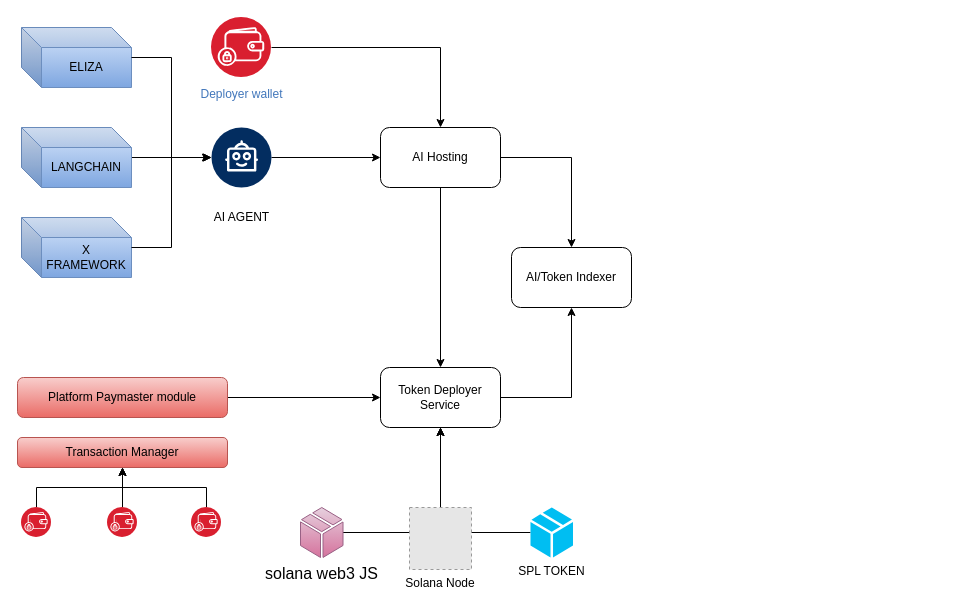
Before: UpStreet-flow-diagram.drawio in ali-05-ahmed/Concept-Diagrams, a draw.io diagram. Source tidied: cells renumbered, new cells numbered last; positions are measured from the earlier drawing's top-left corner, leaving out a move shared by most shapes. Both pictures are drawn from the tidied source at 100%, with x=0, y=0 at pixel (17, 17). Pictures stored in the file or linked from it are replaced by grey dashed boxes.
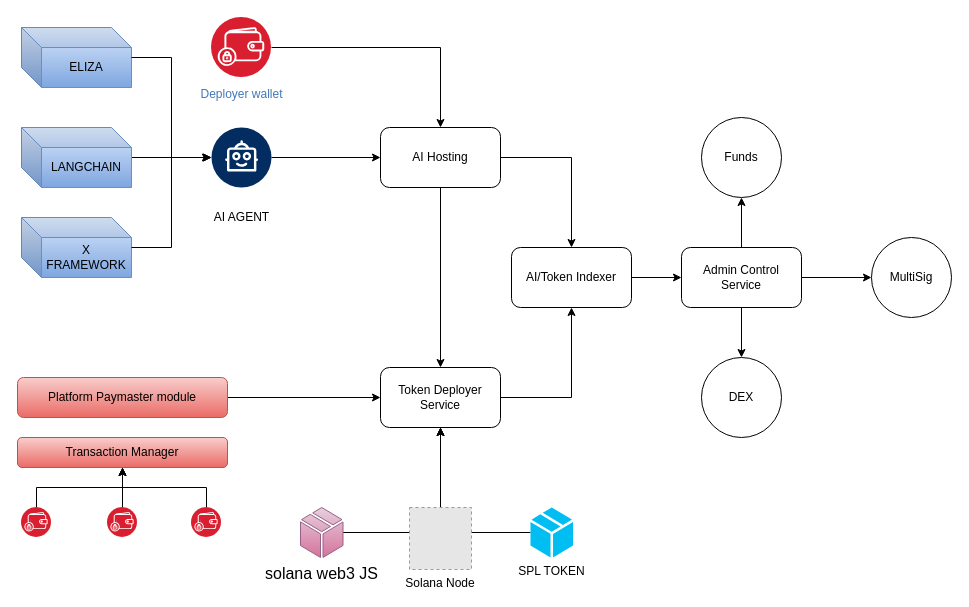
After the change.

The change refers to these unchanged cells:
```xml
<mxCell id="17" value="AI/Token Indexer" style="rounded=1;whiteSpace=wrap;html=1;" parent="1" vertex="1">
  <mxGeometry x="494" y="230" width="120" height="60" as="geometry" />
</mxCell>
```

Diff of the diagram source:
```diff
@@
+    <mxCell id="33" style="edgeStyle=orthogonalEdgeStyle;rounded=0;jettySize=auto;html=1;" parent="1" edge="1" source="17" target="37">
+      <mxGeometry relative="1" as="geometry" />
+    </mxCell>
@@
+    <mxCell id="34" style="edgeStyle=orthogonalEdgeStyle;rounded=0;jettySize=auto;html=1;" parent="1" edge="1" source="37" target="39">
+      <mxGeometry relative="1" as="geometry" />
+    </mxCell>
+    <mxCell id="35" style="edgeStyle=orthogonalEdgeStyle;rounded=0;jettySize=auto;html=1;" parent="1" edge="1" source="37" target="40">
+      <mxGeometry relative="1" as="geometry" />
+    </mxCell>
+    <mxCell id="36" style="edgeStyle=orthogonalEdgeStyle;rounded=0;jettySize=auto;html=1;" parent="1" edge="1" source="37" target="38">
+      <mxGeometry relative="1" as="geometry" />
+    </mxCell>
+    <mxCell id="37" value="Admin Control Service" style="rounded=1;whiteSpace=wrap;html=1;" parent="1" vertex="1">
+      <mxGeometry x="664" y="230" width="120" height="60" as="geometry" />
+    </mxCell>
+    <mxCell id="38" value="DEX" style="ellipse;whiteSpace=wrap;html=1;" parent="1" vertex="1">
+      <mxGeometry x="684" y="340" width="80" height="80" as="geometry" />
+    </mxCell>
+    <mxCell id="39" value="Funds" style="ellipse;whiteSpace=wrap;html=1;" parent="1" vertex="1">
+      <mxGeometry x="684" y="100" width="80" height="80" as="geometry" />
+    </mxCell>
+    <mxCell id="40" value="MultiSig" style="ellipse;whiteSpace=wrap;html=1;" parent="1" vertex="1">
+      <mxGeometry x="854" y="220" width="80" height="80" as="geometry" />
+    </mxCell>
```
